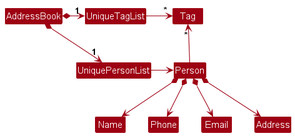
Before: docs/images/BetterModelClassDiagram.png, a diagram exported from PlantUML (nus-cs2103-AY2425S1/tp).
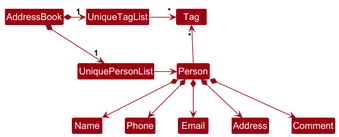
Above is the later version.

Change to the diagram source:
```diff
@@ -18,4 +18,5 @@
 Person *--> Phone
 Person *--> Email
 Person *--> Address
+Person *--> Comment
 @enduml
```
